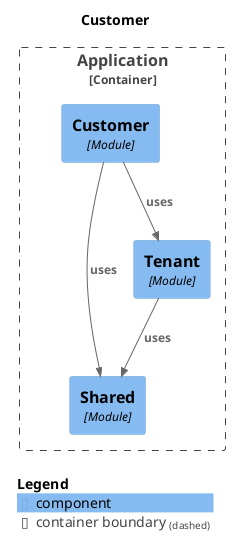
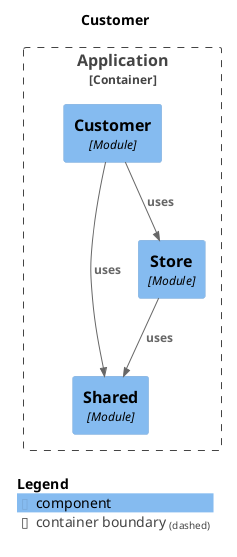
@startuml
set separator none
title Customer

top to bottom direction

!include <C4/C4>
!include <C4/C4_Context>
!include <C4/C4_Component>

Container_Boundary("Application.Application_boundary", "Application", $tags="") {
  Component(Application.Application.Customer, "Customer", $techn="Module", $descr="", $tags="", $link="")
  Component(Application.Application.Shared, "Shared", $techn="Module", $descr="", $tags="", $link="")
-   Component(Application.Application.Tenant, "Tenant", $techn="Module", $descr="", $tags="", $link="")
+   Component(Application.Application.Store, "Store", $techn="Module", $descr="", $tags="", $link="")
}

- Rel(Application.Application.Tenant, Application.Application.Shared, "uses", $techn="", $tags="", $link="")
+ Rel(Application.Application.Store, Application.Application.Shared, "uses", $techn="", $tags="", $link="")
Rel(Application.Application.Customer, Application.Application.Shared, "uses", $techn="", $tags="", $link="")
- Rel(Application.Application.Customer, Application.Application.Tenant, "uses", $techn="", $tags="", $link="")
+ Rel(Application.Application.Customer, Application.Application.Store, "uses", $techn="", $tags="", $link="")

SHOW_LEGEND(true)
@enduml